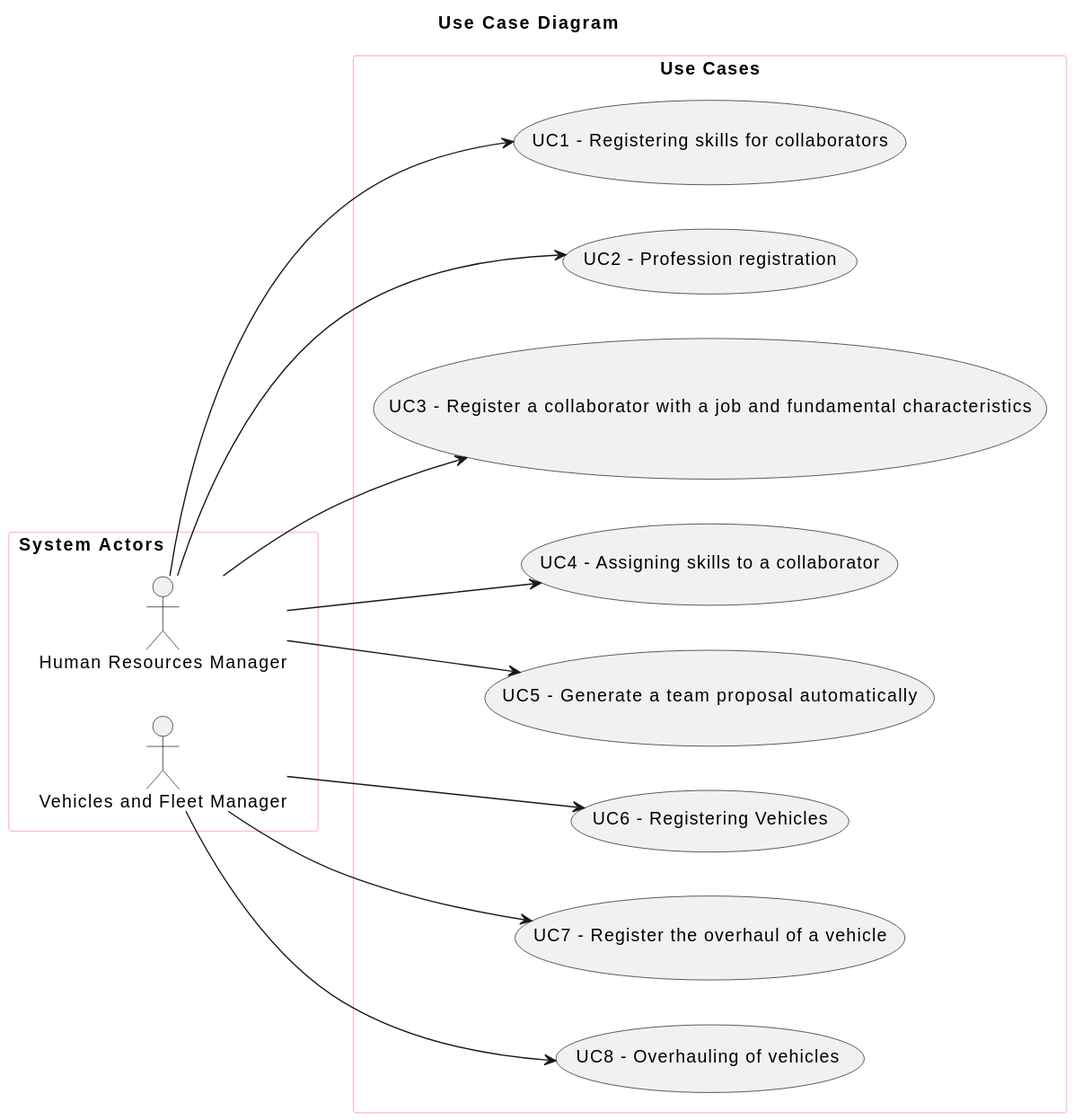
Above: docs/sprintA/global-artifacts/01.requirements-engineering/svg/use-case-diagram-Use_Case_Diagram.svg in SAEmanuel/Green_Spaces_Management_ISEP (PlantUML), before the change.
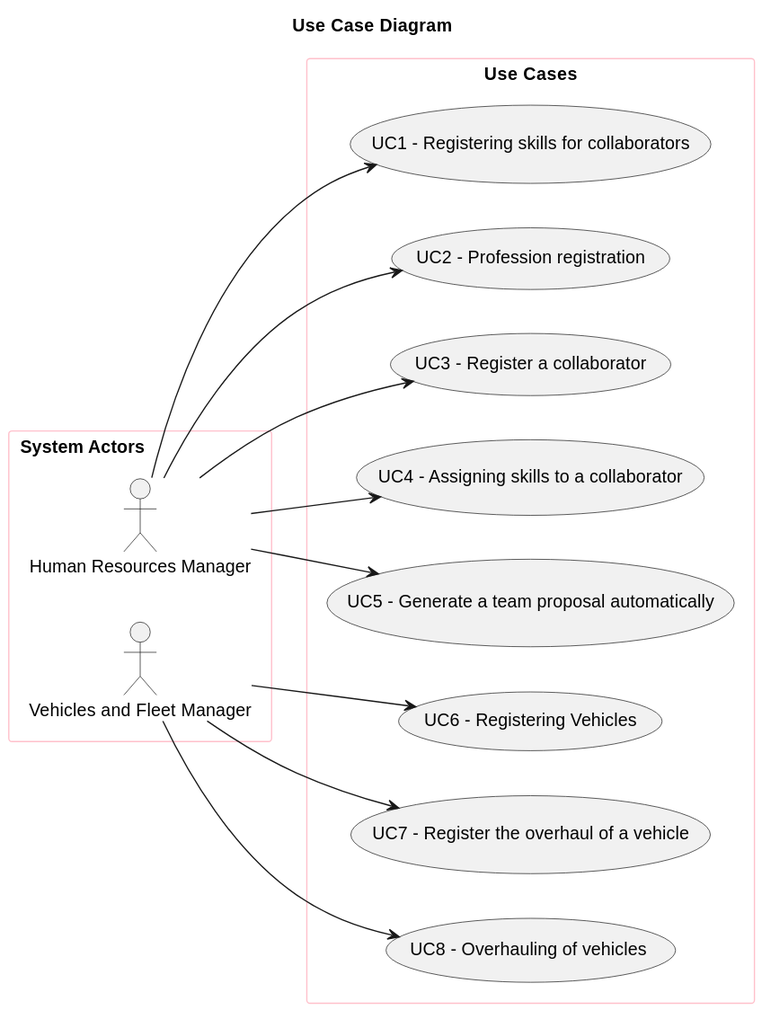
Above is the later version.

What changed in the source:
```diff
@@ -20,7 +20,7 @@
 rectangle "Use Cases" as usecases{
     usecase "UC1 - Registering skills for collaborators" as UC1
     usecase "UC2 - Profession registration" as UC2
-    usecase "UC3 - Register a collaborator with a job and fundamental characteristics" as UC3
+    usecase "UC3 - Register a collaborator" as UC3
     usecase "UC4 - Assigning skills to a collaborator" as UC4
     usecase "UC5 - Generate a team proposal automatically" as UC5
     usecase "UC6 - Registering Vehicles" as UC6
```
